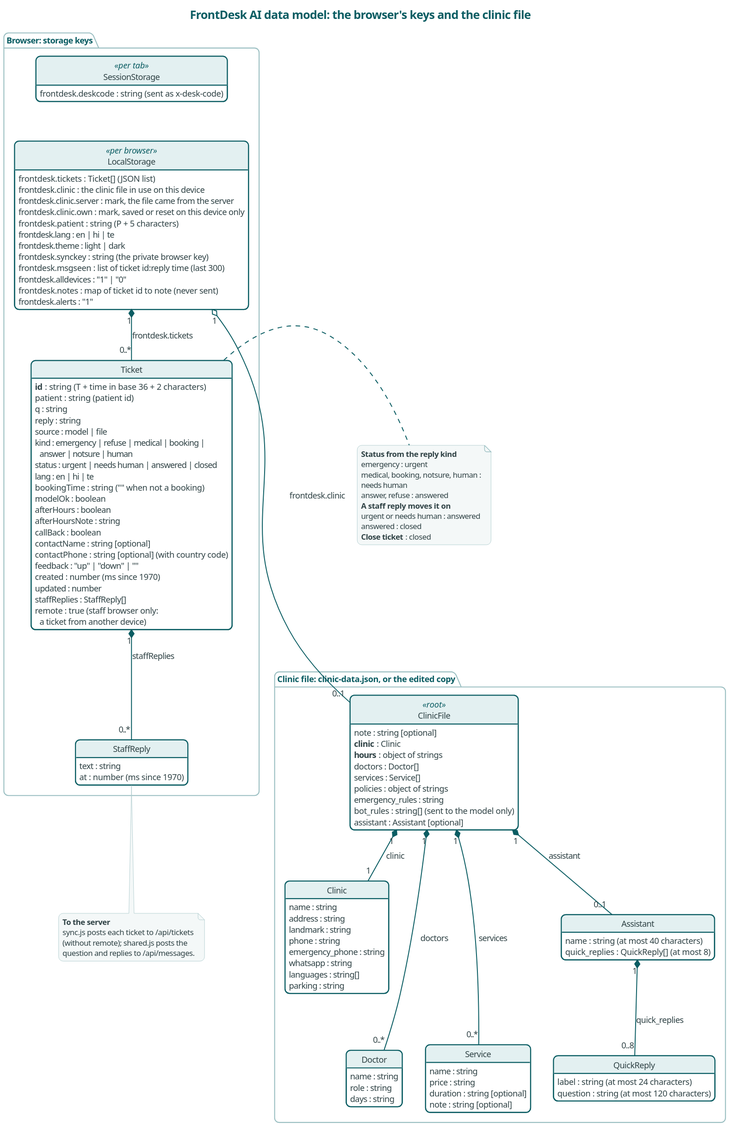
Before: docs/diagrams/data-browser.svg, a diagram exported from PlantUML (karwasanjay007/frontdesk-ai-docs). Its diagram source:
```plantuml
@startuml
title FrontDesk AI data model: the browser's keys and the clinic file

skinparam backgroundColor #FFFFFF
skinparam shadowing false
skinparam roundCorner 14
skinparam defaultFontName "Segoe UI"
skinparam defaultFontSize 13
skinparam titleFontSize 18
skinparam titleFontColor #0B5D63
skinparam ArrowColor #0B5D63
skinparam ArrowFontColor #2F4245
skinparam ArrowThickness 1.4
skinparam class {
  BackgroundColor #FFFFFF
  BorderColor #0B5D63
  BorderThickness 1.6
  HeaderBackgroundColor #E3F0F1
  FontColor #132326
  AttributeFontColor #2F4245
  StereotypeFontColor #0B5D63
}
skinparam note {
  BackgroundColor #F4F8F8
  BorderColor #9BBFC2
  FontColor #2F4245
  FontSize 12
}
skinparam package {
  BorderColor #9BBFC2
  FontColor #0B5D63
  BackgroundColor #FFFFFF
}
hide circle
hide methods
set separator none
top to bottom direction

package "Browser: storage keys" {
  class LocalStorage <<per browser>> {
    {field} frontdesk.tickets : Ticket[]  (JSON list)
    {field} frontdesk.clinic : the clinic file in use on this device
    {field} frontdesk.clinic.server : mark, the file came from the server
    {field} frontdesk.clinic.own : mark, saved or reset on this device only
    {field} frontdesk.patient : string  (P + 5 characters)
    frontdesk.lang : en | hi | te
    frontdesk.theme : light | dark
    {field} frontdesk.synckey : string  (the private browser key)
    {field} frontdesk.msgseen : list of ticket id:reply time  (last 300)
    {field} frontdesk.alldevices : "1" | "0"
    {field} frontdesk.notes : map of ticket id to note  (never sent)
    {field} frontdesk.alerts : "1"
  }
  class SessionStorage <<per tab>> {
    {field} frontdesk.deskcode : string  (sent as x-desk-code)
  }
  class Ticket {
    {field} <b>id</b> : string  (T + time in base 36 + 2 characters)
    {field} patient : string  (patient id)
    q : string
    reply : string
    source : model | file
    kind : emergency | refuse | medical | booking |\n  answer | notsure | human
    status : urgent | needs human | answered | closed
    lang : en | hi | te
    {field} bookingTime : string  ("" when not a booking)
    modelOk : boolean
    afterHours : boolean
    afterHoursNote : string
    callBack : boolean
    {field} contactName : string [optional]
    {field} contactPhone : string [optional]  (with country code)
    {field} feedback : "up" | "down" | ""
    {field} created : number  (ms since 1970)
    {field} updated : number
    staffReplies : StaffReply[]
    {field} remote : true  (staff browser only:\n  a ticket from another device)
  }
  class StaffReply {
    text : string
    {field} at : number  (ms since 1970)
  }
}

package "Clinic file: clinic-data.json, or the edited copy" {
  class ClinicFile <<root>> {
    note : string [optional]
    {field} <b>clinic</b> : Clinic
    {field} <b>hours</b> : object of strings
    doctors : Doctor[]
    services : Service[]
    policies : object of strings
    emergency_rules : string
    {field} bot_rules : string[]  (sent to the model only)
    {field} assistant : Assistant [optional]
  }
  class Clinic {
    name : string
    address : string
    landmark : string
    phone : string
    emergency_phone : string
    whatsapp : string
    languages : string[]
    parking : string
  }
  class Doctor {
    name : string
    role : string
    days : string
  }
  class Service {
    name : string
    price : string
    duration : string [optional]
    note : string [optional]
  }
  class Assistant {
    {field} name : string  (at most 40 characters)
    {field} quick_replies : QuickReply[]  (at most 8)
  }
  class QuickReply {
    {field} label : string  (at most 24 characters)
    {field} question : string  (at most 120 characters)
  }
}

SessionStorage -[hidden]down- LocalStorage
LocalStorage "1" *-down- "0..*" Ticket : frontdesk.tickets
Ticket "1" *-down- "0..*" StaffReply : staffReplies
LocalStorage "1" o--- "0..1" ClinicFile : frontdesk.clinic
ClinicFile "1" *-down- "1" Clinic : clinic
ClinicFile "1" *--- "0..*" Doctor : doctors
ClinicFile "1" *--- "0..*" Service : services
ClinicFile "1" *-down- "0..1" Assistant : assistant
Assistant "1" *-down- "0..8" QuickReply : quick_replies

note right of Ticket
  <b>Status from the reply kind</b>
  emergency : urgent
  medical, booking, notsure, human :
  needs human
  answer, refuse : answered
  <b>A staff reply moves it on</b>
  urgent or needs human : answered
  answered : closed
  <b>Close ticket</b> : closed
end note

note bottom of StaffReply
  <b>To the server</b>
  sync.js posts each ticket to /api/tickets
  (without remote); shared.js posts the
  question and replies to /api/messages.
end note
@enduml
```
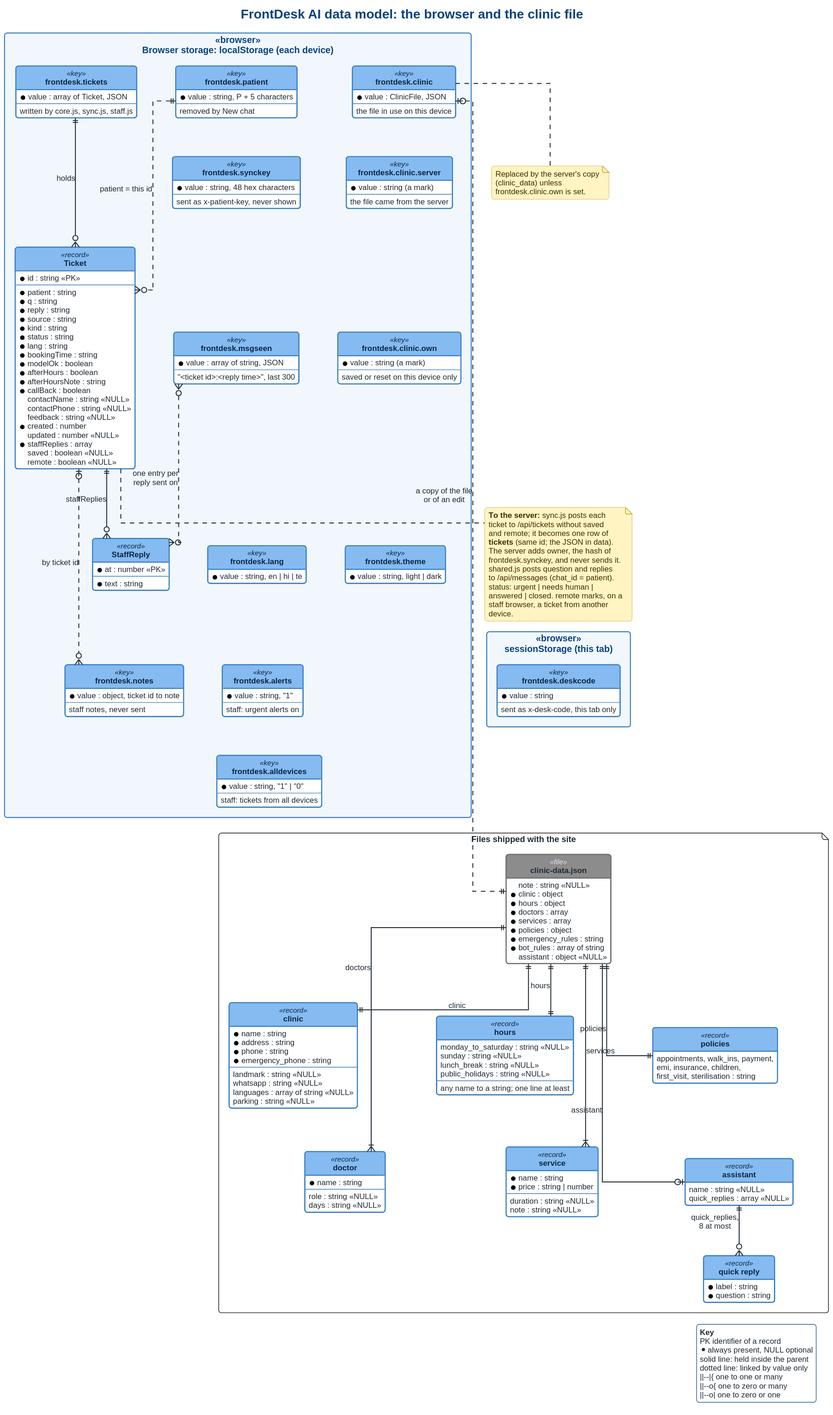
Later version of the same file.

Commit message:
Data model as ERDs in the C4 colours: every table, key and field with its type, keys, crow's-foot relations, retention and access notes

Diff of the diagram source:
```diff
@@ -1,156 +1,224 @@
 @startuml
-title FrontDesk AI data model: the browser's keys and the clinic file
-
-skinparam backgroundColor #FFFFFF
-skinparam shadowing false
-skinparam roundCorner 14
-skinparam defaultFontName "Segoe UI"
-skinparam defaultFontSize 13
-skinparam titleFontSize 18
-skinparam titleFontColor #0B5D63
-skinparam ArrowColor #0B5D63
-skinparam ArrowFontColor #2F4245
-skinparam ArrowThickness 1.4
-skinparam class {
-  BackgroundColor #FFFFFF
-  BorderColor #0B5D63
-  BorderThickness 1.6
-  HeaderBackgroundColor #E3F0F1
-  FontColor #132326
-  AttributeFontColor #2F4245
-  StereotypeFontColor #0B5D63
-}
-skinparam note {
-  BackgroundColor #F4F8F8
-  BorderColor #9BBFC2
-  FontColor #2F4245
-  FontSize 12
-}
-skinparam package {
-  BorderColor #9BBFC2
-  FontColor #0B5D63
-  BackgroundColor #FFFFFF
-}
-hide circle
-hide methods
-set separator none
+!include c4-erd.iuml
+title FrontDesk AI data model: the browser and the clinic file
 top to bottom direction
 
-package "Browser: storage keys" {
-  class LocalStorage <<per browser>> {
-    {field} frontdesk.tickets : Ticket[]  (JSON list)
-    {field} frontdesk.clinic : the clinic file in use on this device
-    {field} frontdesk.clinic.server : mark, the file came from the server
-    {field} frontdesk.clinic.own : mark, saved or reset on this device only
-    {field} frontdesk.patient : string  (P + 5 characters)
-    frontdesk.lang : en | hi | te
-    frontdesk.theme : light | dark
-    {field} frontdesk.synckey : string  (the private browser key)
-    {field} frontdesk.msgseen : list of ticket id:reply time  (last 300)
-    {field} frontdesk.alldevices : "1" | "0"
-    {field} frontdesk.notes : map of ticket id to note  (never sent)
-    {field} frontdesk.alerts : "1"
+package "Browser storage: localStorage (each device)" <<browser>> {
+  entity "frontdesk.tickets" as ktickets <<key>> {
+    * value : array of Ticket, JSON
+    --
+    written by core.js, sync.js, staff.js
   }
-  class SessionStorage <<per tab>> {
-    {field} frontdesk.deskcode : string  (sent as x-desk-code)
+  entity "Ticket" as ticket <<record>> {
+    * id : string <<PK>>
+    --
+    * patient : string
+    * q : string
+    * reply : string
+    * source : string
+    * kind : string
+    * status : string
+    * lang : string
+    * bookingTime : string
+    * modelOk : boolean
+    * afterHours : boolean
+    * afterHoursNote : string
+    * callBack : boolean
+      contactName : string <<NULL>>
+      contactPhone : string <<NULL>>
+      feedback : string <<NULL>>
+    * created : number
+      updated : number <<NULL>>
+    * staffReplies : array
+      saved : boolean <<NULL>>
+      remote : boolean <<NULL>>
   }
-  class Ticket {
-    {field} <b>id</b> : string  (T + time in base 36 + 2 characters)
-    {field} patient : string  (patient id)
-    q : string
-    reply : string
-    source : model | file
-    kind : emergency | refuse | medical | booking |\n  answer | notsure | human
-    status : urgent | needs human | answered | closed
-    lang : en | hi | te
-    {field} bookingTime : string  ("" when not a booking)
-    modelOk : boolean
-    afterHours : boolean
-    afterHoursNote : string
-    callBack : boolean
-    {field} contactName : string [optional]
-    {field} contactPhone : string [optional]  (with country code)
-    {field} feedback : "up" | "down" | ""
-    {field} created : number  (ms since 1970)
-    {field} updated : number
-    staffReplies : StaffReply[]
-    {field} remote : true  (staff browser only:\n  a ticket from another device)
+  entity "StaffReply" as sreply <<record>> {
+    * at : number <<PK>>
+    --
+    * text : string
   }
-  class StaffReply {
-    text : string
-    {field} at : number  (ms since 1970)
+  entity "frontdesk.clinic" as kclinic <<key>> {
+    * value : ClinicFile, JSON
+    --
+    the file in use on this device
+  }
+  entity "frontdesk.clinic.server" as kcs <<key>> {
+    * value : string (a mark)
+    --
+    the file came from the server
+  }
+  entity "frontdesk.clinic.own" as kco <<key>> {
+    * value : string (a mark)
+    --
+    saved or reset on this device only
+  }
+  entity "frontdesk.patient" as kpatient <<key>> {
+    * value : string, P + 5 characters
+    --
+    removed by New chat
+  }
+  entity "frontdesk.synckey" as ksync <<key>> {
+    * value : string, 48 hex characters
+    --
+    sent as x-patient-key, never shown
+  }
+  entity "frontdesk.msgseen" as kseen <<key>> {
+    * value : array of string, JSON
+    --
+    "<ticket id>:<reply time>", last 300
+  }
+  entity "frontdesk.notes" as knotes <<key>> {
+    * value : object, ticket id to note
+    --
+    staff notes, never sent
+  }
+  entity "frontdesk.lang" as klang <<key>> {
+    * value : string, en | hi | te
+  }
+  entity "frontdesk.theme" as ktheme <<key>> {
+    * value : string, light | dark
+  }
+  entity "frontdesk.alldevices" as kall <<key>> {
+    * value : string, "1" | "0"
+    --
+    staff: tickets from all devices
+  }
+  entity "frontdesk.alerts" as kalerts <<key>> {
+    * value : string, "1"
+    --
+    staff: urgent alerts on
   }
 }
 
-package "Clinic file: clinic-data.json, or the edited copy" {
-  class ClinicFile <<root>> {
-    note : string [optional]
-    {field} <b>clinic</b> : Clinic
-    {field} <b>hours</b> : object of strings
-    doctors : Doctor[]
-    services : Service[]
-    policies : object of strings
-    emergency_rules : string
-    {field} bot_rules : string[]  (sent to the model only)
-    {field} assistant : Assistant [optional]
-  }
-  class Clinic {
-    name : string
-    address : string
-    landmark : string
-    phone : string
-    emergency_phone : string
-    whatsapp : string
-    languages : string[]
-    parking : string
-  }
-  class Doctor {
-    name : string
-    role : string
-    days : string
-  }
-  class Service {
-    name : string
-    price : string
-    duration : string [optional]
-    note : string [optional]
-  }
-  class Assistant {
-    {field} name : string  (at most 40 characters)
-    {field} quick_replies : QuickReply[]  (at most 8)
-  }
-  class QuickReply {
-    {field} label : string  (at most 24 characters)
-    {field} question : string  (at most 120 characters)
+package "sessionStorage (this tab)" <<browser>> {
+  entity "frontdesk.deskcode" as kdesk <<key>> {
+    * value : string
+    --
+    sent as x-desk-code, this tab only
   }
 }
 
-SessionStorage -[hidden]down- LocalStorage
-LocalStorage "1" *-down- "0..*" Ticket : frontdesk.tickets
-Ticket "1" *-down- "0..*" StaffReply : staffReplies
-LocalStorage "1" o--- "0..1" ClinicFile : frontdesk.clinic
-ClinicFile "1" *-down- "1" Clinic : clinic
-ClinicFile "1" *--- "0..*" Doctor : doctors
-ClinicFile "1" *--- "0..*" Service : services
-ClinicFile "1" *-down- "0..1" Assistant : assistant
-Assistant "1" *-down- "0..8" QuickReply : quick_replies
+package "Files shipped with the site" <<file>> {
+  entity "clinic-data.json" as cf <<file>> {
+      note : string <<NULL>>
+    * clinic : object
+    * hours : object
+    * doctors : array
+    * services : array
+    * policies : object
+    * emergency_rules : string
+    * bot_rules : array of string
+      assistant : object <<NULL>>
+  }
+  entity "clinic" as cclinic <<record>> {
+    * name : string
+    * address : string
+    * phone : string
+    * emergency_phone : string
+    --
+      landmark : string <<NULL>>
+      whatsapp : string <<NULL>>
+      languages : array of string <<NULL>>
+      parking : string <<NULL>>
+  }
+  entity "hours" as chours <<record>> {
+      monday_to_saturday : string <<NULL>>
+      sunday : string <<NULL>>
+      lunch_break : string <<NULL>>
+      public_holidays : string <<NULL>>
+    --
+    any name to a string; one line at least
+  }
+  entity "policies" as cpol <<record>> {
+    appointments, walk_ins, payment,
+    emi, insurance, children,
+    first_visit, sterilisation : string
+  }
+  entity "doctor" as cdoc <<record>> {
+    * name : string
+    --
+      role : string <<NULL>>
+      days : string <<NULL>>
+  }
+  entity "service" as csvc <<record>> {
+    * name : string
+    * price : string | number
+    --
+      duration : string <<NULL>>
+      note : string <<NULL>>
+  }
+  entity "assistant" as cast <<record>> {
+      name : string <<NULL>>
+      quick_replies : array <<NULL>>
+  }
+  entity "quick reply" as cqr <<record>> {
+    * label : string
+    * question : string
+  }
+}
 
-note right of Ticket
-  <b>Status from the reply kind</b>
-  emergency : urgent
-  medical, booking, notsure, human :
-  needs human
-  answer, refuse : answered
-  <b>A staff reply moves it on</b>
-  urgent or needs human : answered
-  answered : closed
-  <b>Close ticket</b> : closed
+ktickets -[hidden]right- kpatient
+kpatient -[hidden]right- kclinic
+ktickets ||--o{ ticket : "holds"
+kpatient ||..o{ ticket : "patient = this id"
+kpatient -[hidden]down- ksync
+kclinic -[hidden]down- kcs
+ticket ||--o{ sreply : "staffReplies"
+ksync -[hidden]down- kseen
+kcs -[hidden]down- kco
+kseen }o..o{ sreply : "one entry per\nreply sent on"
+sreply -[hidden]down- knotes
+kseen -[hidden]down- klang
+kco -[hidden]down- ktheme
+ticket |o..o{ knotes : "by ticket id"
+knotes -[hidden]down- kall
+klang -[hidden]down- kalerts
+ktheme -[hidden]down- kdesk
+
+kall -[hidden]down- cf
+kdesk -[hidden]down- cf
+kclinic |o..|| cf : "a copy of the file\nor of an edit"
+cf ||--|| cclinic : "clinic"
+cf ||--|| chours : "hours"
+cf ||--|| cpol : "policies"
+cf ||---|{ cdoc : "doctors"
+cf ||---|{ csvc : "services"
+cf ||---o| cast : "assistant"
+cclinic -[hidden]down- cdoc
+chours -[hidden]down- csvc
+cpol -[hidden]down- cast
+cast ||--o{ cqr : "quick_replies,\n8 at most"
+
+note bottom of ticket
+  <b>To the server:</b> sync.js posts each
+  ticket to /api/tickets without saved
+  and remote; it becomes one row of
+  <b>tickets</b> (same id; the JSON in data).
+  The server adds owner, the hash of
+  frontdesk.synckey, and never sends it.
+  shared.js posts question and replies
+  to /api/messages (chat_id = patient).
+  status: urgent | needs human |
+  answered | closed. remote marks, on a
+  staff browser, a ticket from another
+  device.
 end note
 
-note bottom of StaffReply
-  <b>To the server</b>
-  sync.js posts each ticket to /api/tickets
-  (without remote); shared.js posts the
-  question and replies to /api/messages.
+note bottom of kclinic
+  Replaced by the server's copy
+  (clinic_data) unless
+  frontdesk.clinic.own is set.
 end note
+
+legend bottom right
+  <b>Key</b>
+  PK identifier of a record
+  * always present, NULL optional
+  solid line: held inside the parent
+  dotted line: linked by value only
+  ||--|{ one to one or many
+  ||--o{ one to zero or many
+  ||--o| one to zero or one
+endlegend
 @enduml
```
